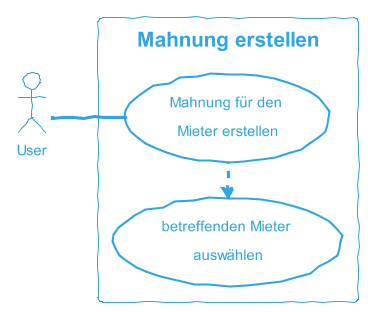
This is docs/content/diagrams/out/usecase/mahnungGenerieren/MahnungErstellen.png from sirtheta/ImmoGlobal_Semesterarbeit, a PlantUML export, as it was before one commit. The source it was exported from:
```plantuml
@startuml MahnungErstellen
!theme cerulean-outline
skinparam handwritten true
left to right direction
actor "User" as fc
rectangle "Mahnung erstellen" {
  usecase "Mahnung für den \nMieter erstellen" as UC1
  usecase "betreffenden Mieter \nauswählen"as inc1

}
fc -- UC1
UC1 .left.> inc1
@enduml
```
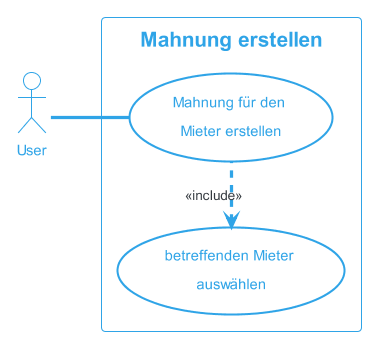
Above is the later version.

What changed in the source:
```diff
@@ -1,6 +1,6 @@
 @startuml MahnungErstellen
 !theme cerulean-outline
-skinparam handwritten true
+
 left to right direction
 actor "User" as fc
 rectangle "Mahnung erstellen" {
@@ -9,5 +9,5 @@
 
 }
 fc -- UC1
-UC1 .left.> inc1
+UC1 .left.> inc1 : <<include>>
 @enduml
```
